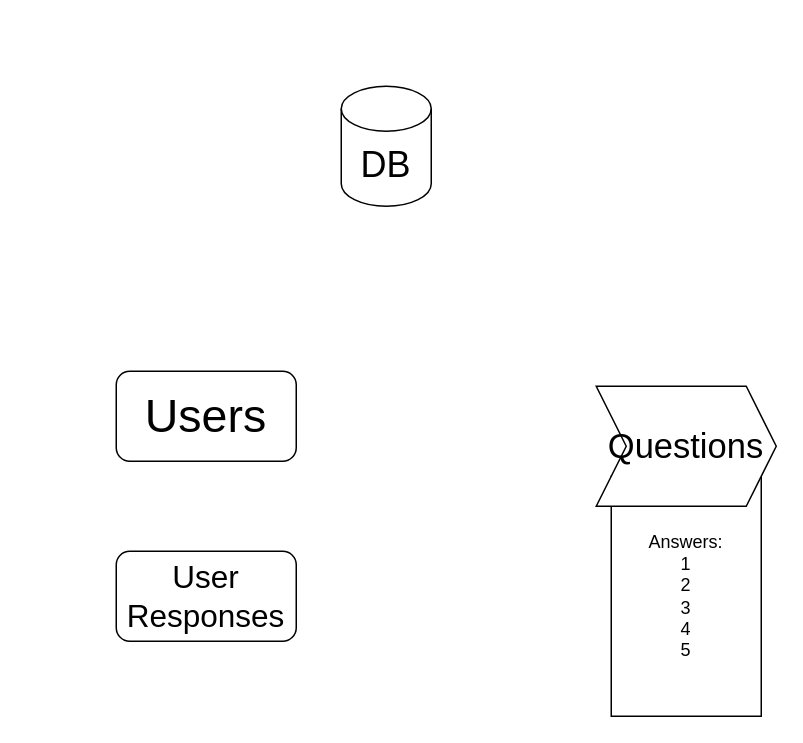
Earlier version of the draw.io diagram modelrelationships.drawio (The-Connect/Backend). Source tidied: cells renumbered, new cells numbered last; positions are measured from the earlier drawing's top-left corner, leaving out a move shared by most shapes. Both pictures are drawn from the tidied source at 150%, with x=0, y=0 at pixel (116, 86).
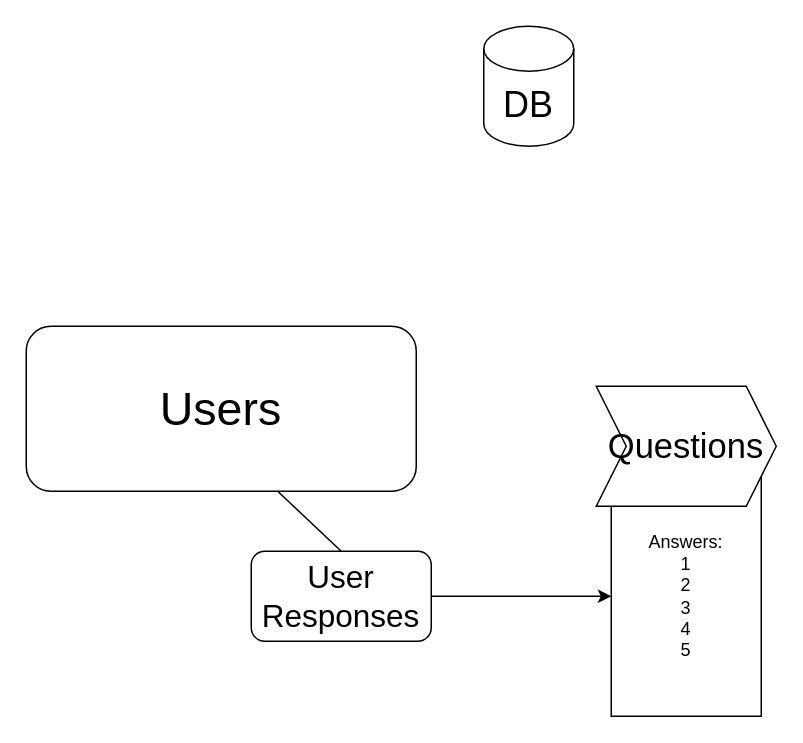
Above is the later version.

Change to the diagram source:
```diff
@@
 <mxGraphModel>
   <root>
     <mxCell id="0" />
     <mxCell id="1" parent="0" />
     <mxCell id="2" value="&lt;font style=&quot;font-size: 31px;&quot;&gt;Users&lt;/font&gt;" style="rounded=1;whiteSpace=wrap;html=1;" parent="1" vertex="1">
-      <mxGeometry y="190" width="120" height="60" as="geometry" />
+      <mxGeometry x="-60" y="160" width="260" height="110" as="geometry" />
     </mxCell>
+    <mxCell id="8" style="edgeStyle=orthogonalEdgeStyle;rounded=0;jettySize=auto;html=1;exitX=1;exitY=0.5;exitDx=0;exitDy=0;" parent="1" edge="1" source="3" target="6">
+      <mxGeometry relative="1" as="geometry" />
+    </mxCell>
     <mxCell id="3" value="&lt;font style=&quot;font-size: 21px;&quot;&gt;User Responses&lt;/font&gt;" style="rounded=1;whiteSpace=wrap;html=1;" parent="1" vertex="1">
-      <mxGeometry y="310" width="120" height="60" as="geometry" />
+      <mxGeometry x="90" y="310" width="120" height="60" as="geometry" />
     </mxCell>
     <mxCell id="4" value="&lt;font style=&quot;font-size: 24px;&quot;&gt;DB&lt;/font&gt;" style="shape=cylinder3;whiteSpace=wrap;html=1;boundedLbl=1;backgroundOutline=1;size=15;" parent="1" vertex="1">
-      <mxGeometry x="150" width="60" height="80" as="geometry" />
+      <mxGeometry x="245" y="-40" width="60" height="80" as="geometry" />
     </mxCell>
     <mxCell id="5" style="group;" parent="1" vertex="1">
       <mxGeometry x="320" y="200" width="120" height="220" as="geometry" />
     </mxCell>
     <mxCell id="6" value="Answers:&lt;br&gt;1&lt;br&gt;2&lt;br&gt;3&lt;br&gt;4&lt;br&gt;5" style="rounded=0;whiteSpace=wrap;html=1;" parent="5" vertex="1">
       <mxGeometry x="10" y="60" width="100" height="160" as="geometry" />
     </mxCell>
     <mxCell id="7" value="&lt;font style=&quot;font-size: 23px;&quot;&gt;Questions&lt;/font&gt;" style="shape=step;perimeter=stepPerimeter;whiteSpace=wrap;html=1;fixedSize=1;" parent="5" vertex="1">
       <mxGeometry width="120" height="80" as="geometry" />
     </mxCell>
+    <mxCell id="9" style="endArrow=none;html=1;rounded=0;exitX=0.5;exitY=0;exitDx=0;exitDy=0;entryX=0.646;entryY=1.003;entryDx=0;entryDy=0;entryPerimeter=0;" parent="1" edge="1" source="3" target="2">
+      <mxGeometry relative="1" as="geometry" />
+    </mxCell>
   </root>
 </mxGraphModel>
```
